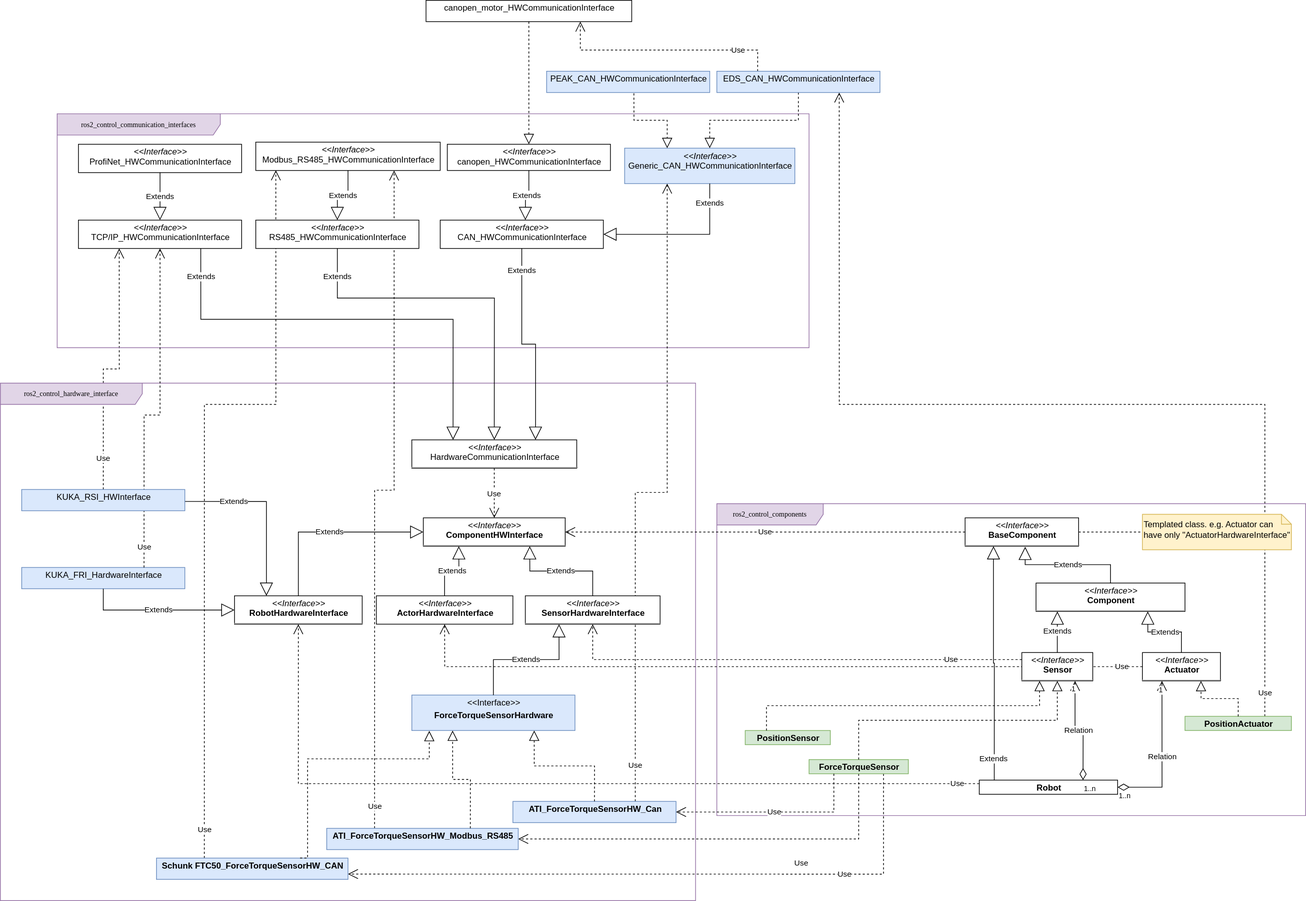
Before: design_drafts/images/ros2_control_class_diagram.svg, a diagram exported from draw.io (ros-controls/roadmap). Source tidied: cells renumbered, new cells last; positions are measured from the earlier drawing's top-left corner, leaving out a move shared by most shapes.
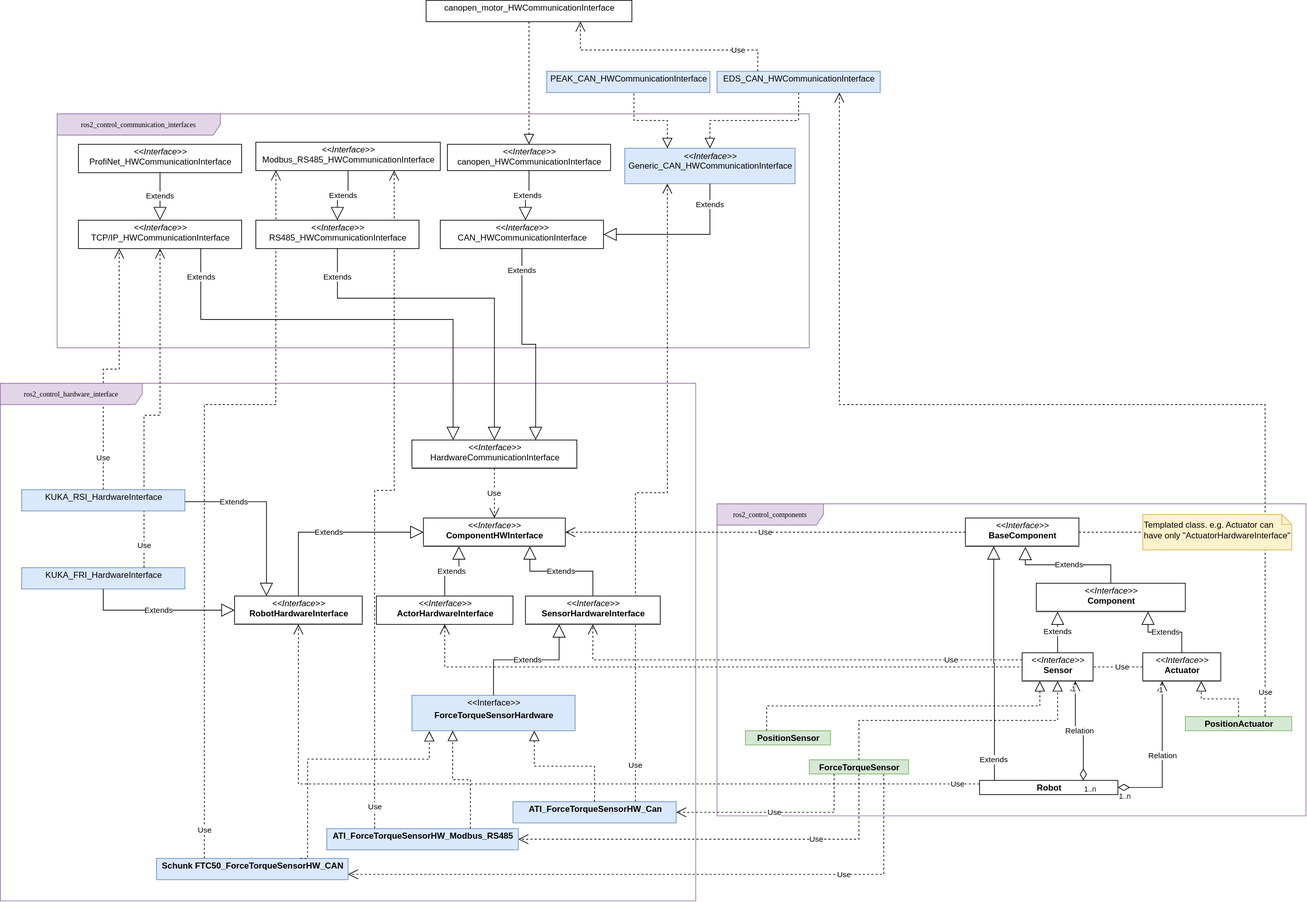
After the change.

Commit message:
Upate class diagram and `ros2_control_core`

What changed in the source:
```diff
@@ -41,8 +41,8 @@
       </mxGeometry>
     </mxCell>
     <mxCell id="10" value="Use" style="endArrow=open;endSize=12;dashed=1;html=1;entryX=1;entryY=0.5;entryDx=0;entryDy=0;exitX=0.5;exitY=1;exitDx=0;exitDy=0;rounded=0;edgeStyle=orthogonalEdgeStyle;" parent="1" edge="1" source="32" target="69">
-      <mxGeometry x="-0.7" y="-40" relative="1" as="geometry">
-        <mxPoint x="-41" y="40" as="offset" />
+      <mxGeometry x="-0.68" y="-60" relative="1" as="geometry">
+        <mxPoint x="-60" y="60" as="offset" />
       </mxGeometry>
     </mxCell>
     <mxCell id="11" value="Use" style="endArrow=open;endSize=12;dashed=1;html=1;entryX=0.75;entryY=1;entryDx=0;entryDy=0;exitX=0.25;exitY=0;exitDx=0;exitDy=0;rounded=0;edgeStyle=orthogonalEdgeStyle;" parent="1" edge="1" source="69" target="54">
@@ -297,7 +297,7 @@
     <mxCell id="81" value="Extends" style="endArrow=block;endSize=16;endFill=0;html=1;exitX=0.5;exitY=0;exitDx=0;exitDy=0;entryX=0;entryY=0.5;entryDx=0;entryDy=0;edgeStyle=orthogonalEdgeStyle;rounded=0;" parent="1" edge="1" source="38" target="33">
       <mxGeometry relative="1" as="geometry" />
     </mxCell>
-    <mxCell id="82" value="&lt;p style=&quot;margin: 0px ; margin-top: 4px ; text-align: center&quot;&gt;KUKA_RSI_HWInterface&lt;/p&gt;" style="verticalAlign=top;align=left;overflow=fill;fontSize=12;fontFamily=Helvetica;html=1;rounded=0;shadow=0;comic=0;labelBackgroundColor=none;strokeWidth=1;fillColor=#dae8fc;strokeColor=#6c8ebf;" parent="1" vertex="1">
+    <mxCell id="82" value="&lt;p style=&quot;margin: 0px ; margin-top: 4px ; text-align: center&quot;&gt;KUKA_RSI_HardwareInterface&lt;/p&gt;" style="verticalAlign=top;align=left;overflow=fill;fontSize=12;fontFamily=Helvetica;html=1;rounded=0;shadow=0;comic=0;labelBackgroundColor=none;strokeWidth=1;fillColor=#dae8fc;strokeColor=#6c8ebf;" parent="1" vertex="1">
       <mxGeometry x="30" y="690" width="230" height="30" as="geometry" />
     </mxCell>
     <mxCell id="83" value="&lt;p style=&quot;margin: 0px ; margin-top: 4px ; text-align: center&quot;&gt;EDS_CAN_HWCommunicationInterface&lt;/p&gt;" style="verticalAlign=top;align=left;overflow=fill;fontSize=12;fontFamily=Helvetica;html=1;rounded=0;shadow=0;comic=0;labelBackgroundColor=none;strokeWidth=1;fillColor=#dae8fc;strokeColor=#6c8ebf;" parent="1" vertex="1">
```
